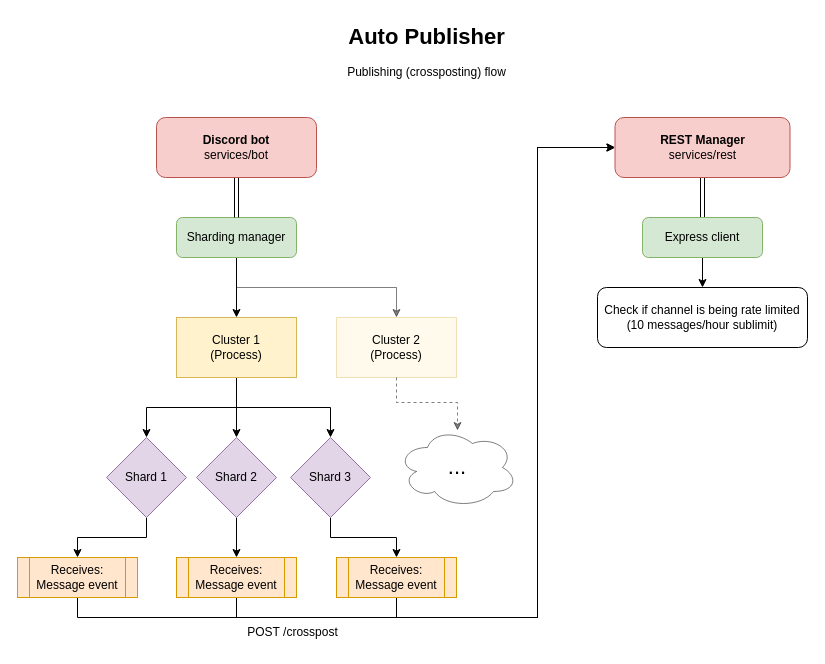
Vedinsoh/discord-auto-publisher keeps this draw.io diagram as diagrams/flowchart.drawio. Above is the earlier version. Source tidied: cells renumbered, new cells numbered last; positions are measured from the earlier drawing's top-left corner, leaving out a move shared by most shapes. Both pictures are drawn from the tidied source at 100%, with x=0, y=0 at pixel (17, 17).
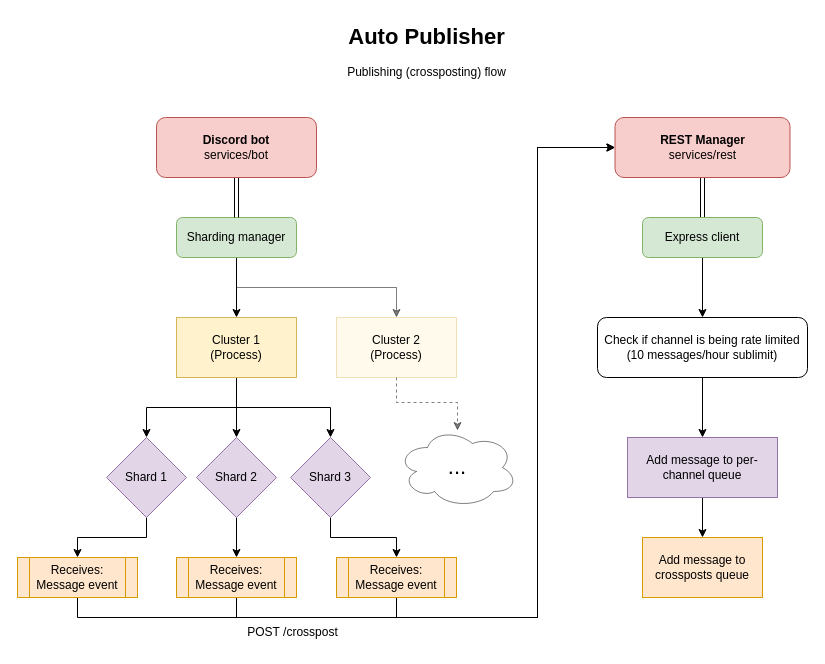
The same diagram, later.

Commit message:
chore: update flowchart diagram

The edit, as a diff of the source:
```diff
@@
+    <mxCell id="34" style="edgeStyle=orthogonalEdgeStyle;rounded=0;jettySize=auto;html=1;exitX=0.5;exitY=1;exitDx=0;exitDy=0;entryX=0.5;entryY=0;entryDx=0;entryDy=0;" parent="1" edge="1" source="30" target="36">
+      <mxGeometry relative="1" as="geometry" />
+    </mxCell>
     <mxCell id="30" value="Check if channel is being rate limited (10 messages/hour sublimit)" style="rounded=1;whiteSpace=wrap;html=1;" parent="1" vertex="1">
-      <mxGeometry x="580" y="270" width="210" height="60" as="geometry" />
+      <mxGeometry x="580" y="300" width="210" height="60" as="geometry" />
     </mxCell>
@@
+    <mxCell id="35" style="edgeStyle=orthogonalEdgeStyle;rounded=0;jettySize=auto;html=1;exitX=0.5;exitY=1;exitDx=0;exitDy=0;entryX=0.5;entryY=0;entryDx=0;entryDy=0;" parent="1" edge="1" source="36" target="37">
+      <mxGeometry relative="1" as="geometry" />
+    </mxCell>
+    <mxCell id="36" value="Add message to per-channel queue" style="rounded=0;whiteSpace=wrap;html=1;fillColor=#e1d5e7;strokeColor=#9673a6;" parent="1" vertex="1">
+      <mxGeometry x="610" y="420" width="150" height="60" as="geometry" />
+    </mxCell>
+    <mxCell id="37" value="Add message to crossposts queue" style="rounded=0;whiteSpace=wrap;html=1;fillColor=#ffe6cc;strokeColor=#d79b00;" parent="1" vertex="1">
+      <mxGeometry x="625" y="520" width="120" height="60" as="geometry" />
+    </mxCell>
```
